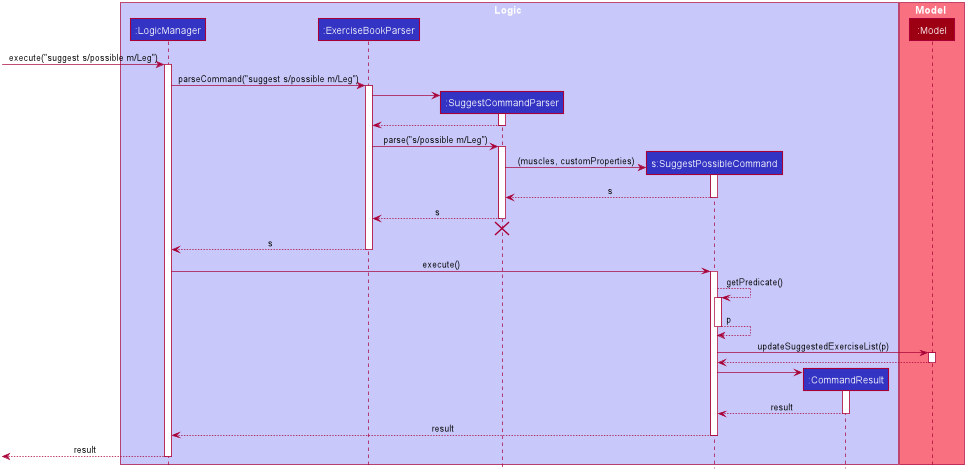
Earlier version of the PlantUML export docs/images/SuggestSequenceDiagram.png (nus-cs2103-AY1920S1/addressbook-level3).
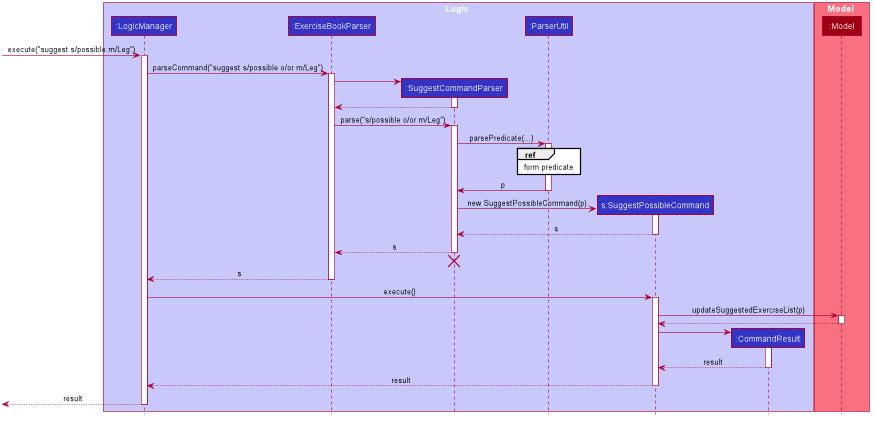
The same file after the commit.

Commit message:
Fix suggest possible command to allow operational type to be optional (#188)

Change to the diagram source:
```diff
@@ -52,6 +52,7 @@
 participant ":LogicManager" as LogicManager #3333C4
 participant ":ExerciseBookParser" as ExerciseBookParser #3333C4
 participant ":SuggestCommandParser" as SuggestCommandParser #3333C4
+participant ":ParserUtil" as ParserUtil #3333C4
 participant "s:SuggestPossibleCommand" as SuggestPossibleCommand #3333C4
 participant ":CommandResult" as CommandResult #3333C4
 end box
@@ -63,7 +64,7 @@
 [-> LogicManager : execute("suggest s/possible m/Leg")
 activate LogicManager
 
-LogicManager -> ExerciseBookParser : parseCommand("suggest s/possible m/Leg")
+LogicManager -> ExerciseBookParser : parseCommand("suggest s/possible o/or m/Leg")
 activate ExerciseBookParser
 
 create SuggestCommandParser
@@ -73,11 +74,19 @@
 SuggestCommandParser --> ExerciseBookParser
 deactivate SuggestCommandParser
 
-ExerciseBookParser -> SuggestCommandParser : parse("s/possible m/Leg")
+ExerciseBookParser -> SuggestCommandParser : parse("s/possible o/or m/Leg")
 activate SuggestCommandParser
 
+SuggestCommandParser -> ParserUtil : parsePredicate(...)
+activate ParserUtil
+
+ref over ParserUtil : form predicate
+
+ParserUtil -> SuggestCommandParser : p
+deactivate ParserUtil
+
 create SuggestPossibleCommand
-SuggestCommandParser -> SuggestPossibleCommand : (muscles, customProperties)
+SuggestCommandParser -> SuggestPossibleCommand : new SuggestPossibleCommand(p)
 activate SuggestPossibleCommand
 
 SuggestPossibleCommand --> SuggestCommandParser : s
@@ -94,12 +103,6 @@
 
 LogicManager -> SuggestPossibleCommand : execute()
 activate SuggestPossibleCommand
-
-SuggestPossibleCommand --> SuggestPossibleCommand : getPredicate()
-activate SuggestPossibleCommand
-
-SuggestPossibleCommand --> SuggestPossibleCommand :p
-deactivate SuggestPossibleCommand
 
 SuggestPossibleCommand -> Model : updateSuggestedExerciseList(p)
 activate Model
```
